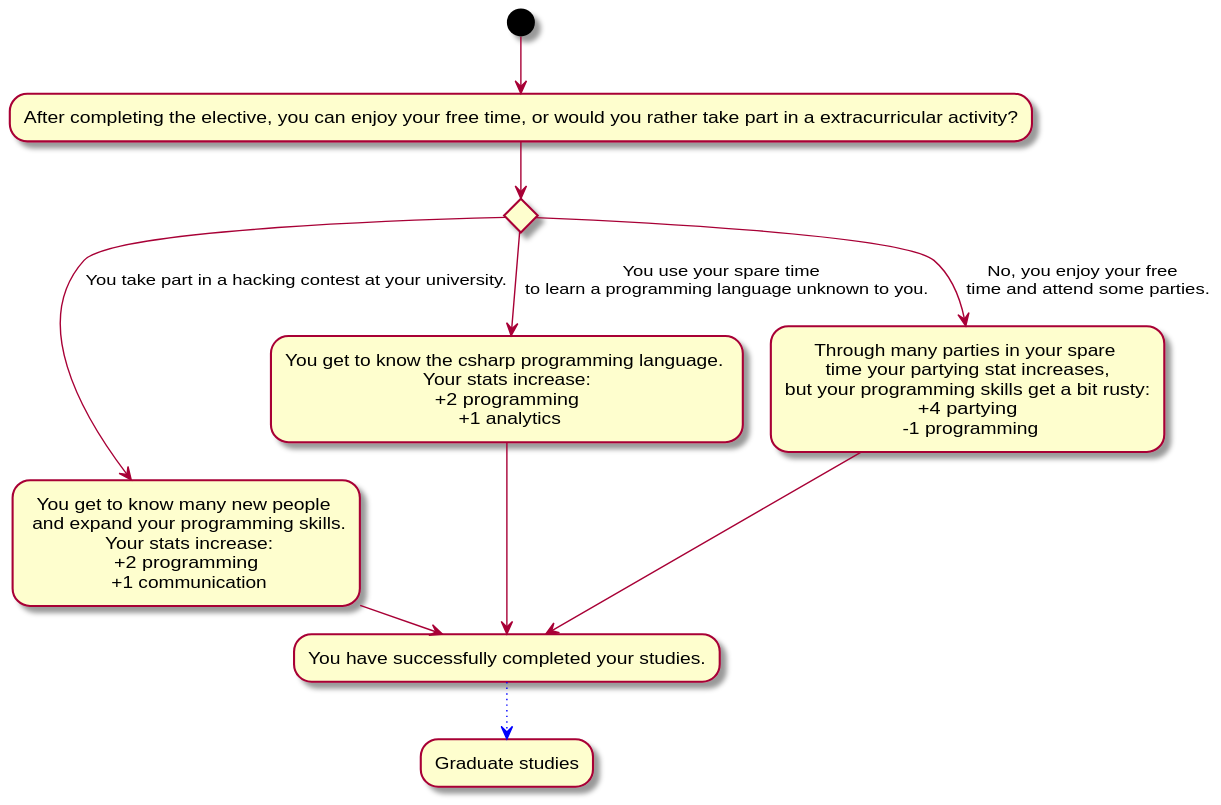
This is Docs/Technical Specifications/docs/diagrams/StoryFlow/StoryFlow_Decision_3.svg from Brotenko/QualityQuest, a PlantUML export, as it was before one commit.
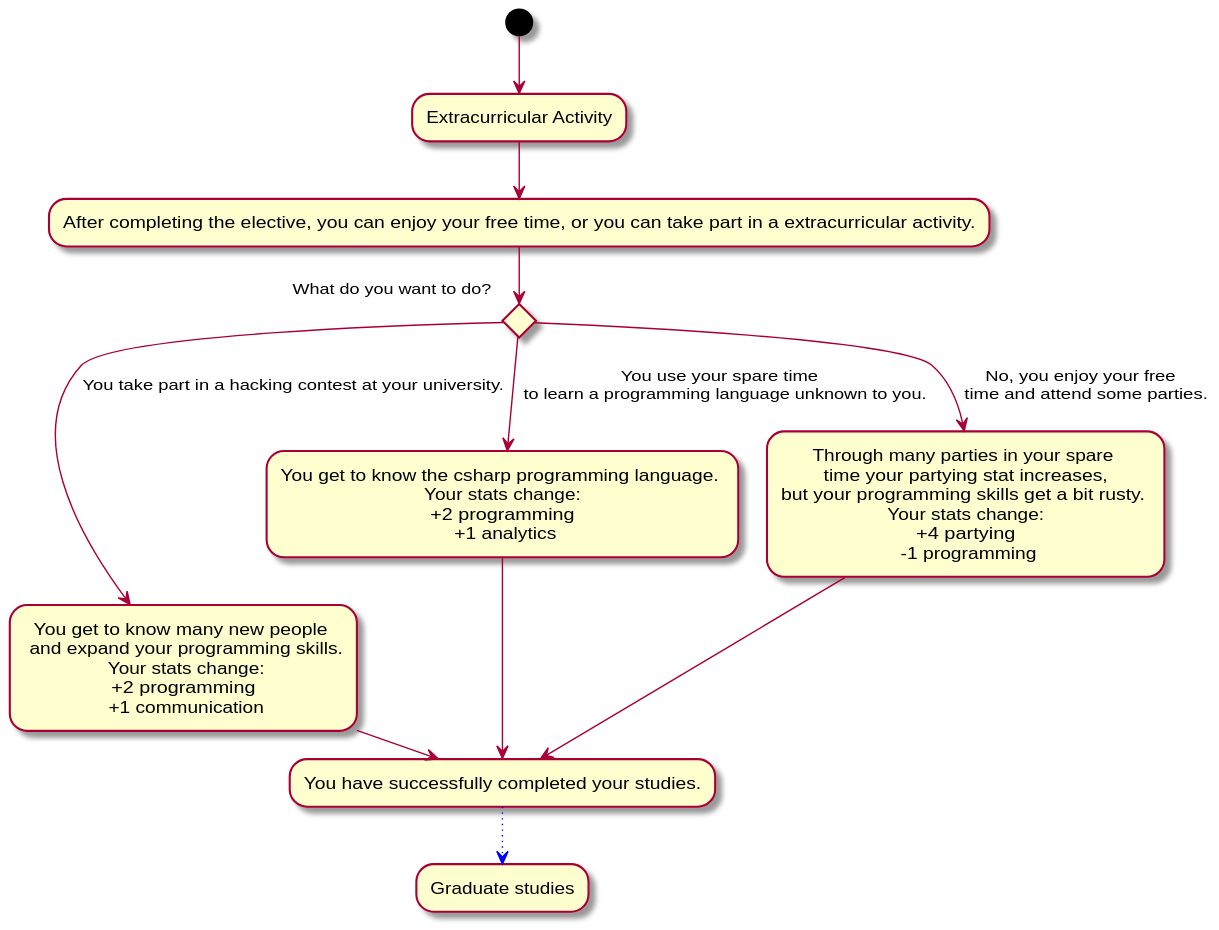
After the change.

What changed in the source:
```diff
@@ -1,19 +1,16 @@
 @startuml
-(*) --> "After completing the elective, you can enjoy your free time, or would you rather take part in a extracurricular activity?"
-if "" then
---> [You use your spare time \n to learn a programming language unknown to you.] "You get to know the csharp programming language. \n Your stats increase: \n +2 programming \n +1 analytics" as newL
+(*) --> "Extracurricular Activity"
+--> "After completing the elective, you can enjoy your free time, or you can take part in a extracurricular activity."
+if "What do you want to do?" then
+--> [You use your spare time \n to learn a programming language unknown to you.] "You get to know the csharp programming language. \n Your stats change: \n +2 programming \n +1 analytics" as newL
 else
---> [No, you enjoy your free \n time and attend some parties.] "Through many parties in your spare \n time your partying stat increases, \nbut your programming skills get a bit rusty:\n +4 partying \n -1 programming" as no
+--> [No, you enjoy your free \n time and attend some parties.] "Through many parties in your spare \n time your partying stat increases, \nbut your programming skills get a bit rusty. \n Your stats change: \n +4 partying \n -1 programming" as no
 else
---> [You take part in a hacking contest at your university.] "You get to know many new people \n and expand your programming skills.\n Your stats increase:\n +2 programming \n +1 communication" as contest
+--> [You take part in a hacking contest at your university.] "You get to know many new people \n and expand your programming skills.\n Your stats change:\n +2 programming \n +1 communication" as contest
 
-newL --> "You have successfully completed your studies." as a
-no --> a
-contest -> a
-
-
-
-
+newL --> "You have successfully completed your studies." as studyComplete
+no --> studyComplete
+contest -> studyComplete
 
 -[#blue,dotted]-> "Graduate studies"
 @enduml
```
